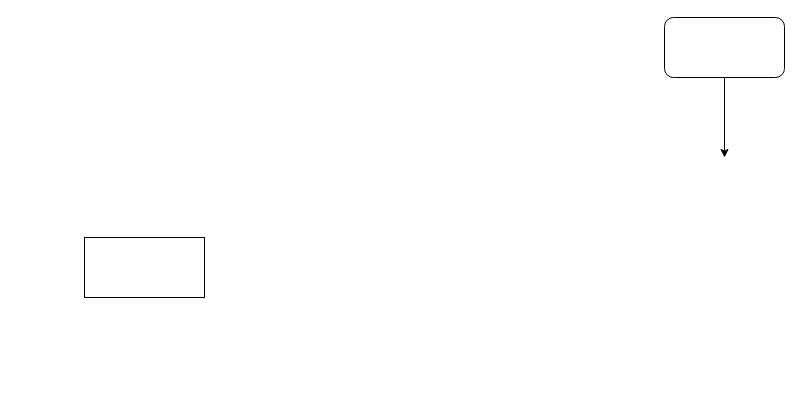
The draw.io diagram Diagrama 01.02.drawio in AritzMartin/practica-01.02, before the edit. Source tidied: cells renumbered, new cells numbered last; positions are measured from the earlier drawing's top-left corner, leaving out a move shared by most shapes. Both pictures are drawn from the tidied source at 100%, with x=0, y=0 at pixel (84, 17).
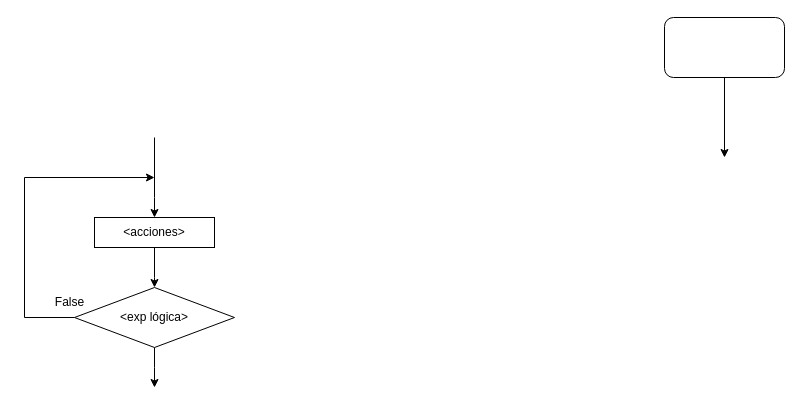
The same diagram, later.

Diff of the diagram source:
```diff
@@
 <mxGraphModel>
   <root>
     <mxCell id="0" />
     <mxCell id="1" parent="0" />
     <mxCell id="2" style="rounded=1;whiteSpace=wrap;html=1;" parent="1" vertex="1">
       <mxGeometry x="580" width="120" height="60" as="geometry" />
     </mxCell>
     <mxCell id="3" style="endArrow=classic;html=1;rounded=0;exitX=0.5;exitY=1;exitDx=0;exitDy=0;" parent="1" edge="1" source="2">
       <mxGeometry relative="1" as="geometry">
         <mxPoint x="640" y="140" as="targetPoint" />
       </mxGeometry>
     </mxCell>
-    <mxCell id="4" style="rounded=0;whiteSpace=wrap;html=1;" parent="1" vertex="1">
-      <mxGeometry y="220" width="120" height="60" as="geometry" />
-    </mxCell>
+    <mxCell id="5" style="edgeStyle=orthogonalEdgeStyle;rounded=0;orthogonalLoop=1;jettySize=auto;html=1;" parent="1" edge="1">
+      <mxGeometry relative="1" as="geometry">
+        <mxPoint x="30" y="40" as="sourcePoint" />
+        <mxPoint x="30" y="40" as="targetPoint" />
+      </mxGeometry>
+    </mxCell>
+    <mxCell id="6" style="edgeStyle=orthogonalEdgeStyle;rounded=0;jettySize=auto;html=1;" parent="1" edge="1" source="7">
+      <mxGeometry relative="1" as="geometry">
+        <mxPoint x="70" y="370" as="targetPoint" />
+      </mxGeometry>
+    </mxCell>
+    <mxCell id="7" value="&amp;lt;exp lógica&amp;gt;" style="rhombus;whiteSpace=wrap;html=1;" parent="1" vertex="1">
+      <mxGeometry x="-10" y="270" width="160" height="60" as="geometry" />
+    </mxCell>
+    <mxCell id="8" style="endArrow=classic;html=1;rounded=0;entryX=0.5;entryY=0;entryDx=0;entryDy=0;" parent="1" edge="1" target="7">
+      <mxGeometry relative="1" as="geometry">
+        <mxPoint x="70" y="230" as="sourcePoint" />
+        <Array as="points">
+          <mxPoint x="70" y="260" />
+        </Array>
+      </mxGeometry>
+    </mxCell>
+    <mxCell id="9" value="&amp;lt;acciones&amp;gt;" style="rounded=0;whiteSpace=wrap;html=1;" parent="1" vertex="1">
+      <mxGeometry x="10" y="200" width="120" height="30" as="geometry" />
+    </mxCell>
+    <mxCell id="10" style="endArrow=classic;html=1;rounded=0;" parent="1" edge="1" target="9">
+      <mxGeometry relative="1" as="geometry">
+        <mxPoint x="70" y="120" as="sourcePoint" />
+        <Array as="points">
+          <mxPoint x="70" y="180" />
+        </Array>
+      </mxGeometry>
+    </mxCell>
+    <mxCell id="11" value="False" style="text;html=1;align=center;verticalAlign=middle;strokeColor=none;fillColor=none;" parent="1" vertex="1">
+      <mxGeometry x="-40" y="270" width="50" height="30" as="geometry" />
+    </mxCell>
+    <mxCell id="12" style="endArrow=classic;html=1;rounded=0;" parent="1" edge="1">
+      <mxGeometry relative="1" as="geometry">
+        <mxPoint x="-10" y="300" as="sourcePoint" />
+        <mxPoint x="70" y="160" as="targetPoint" />
+        <Array as="points">
+          <mxPoint x="-60" y="300" />
+          <mxPoint x="-60" y="160" />
+        </Array>
+      </mxGeometry>
+    </mxCell>
   </root>
 </mxGraphModel>
```
